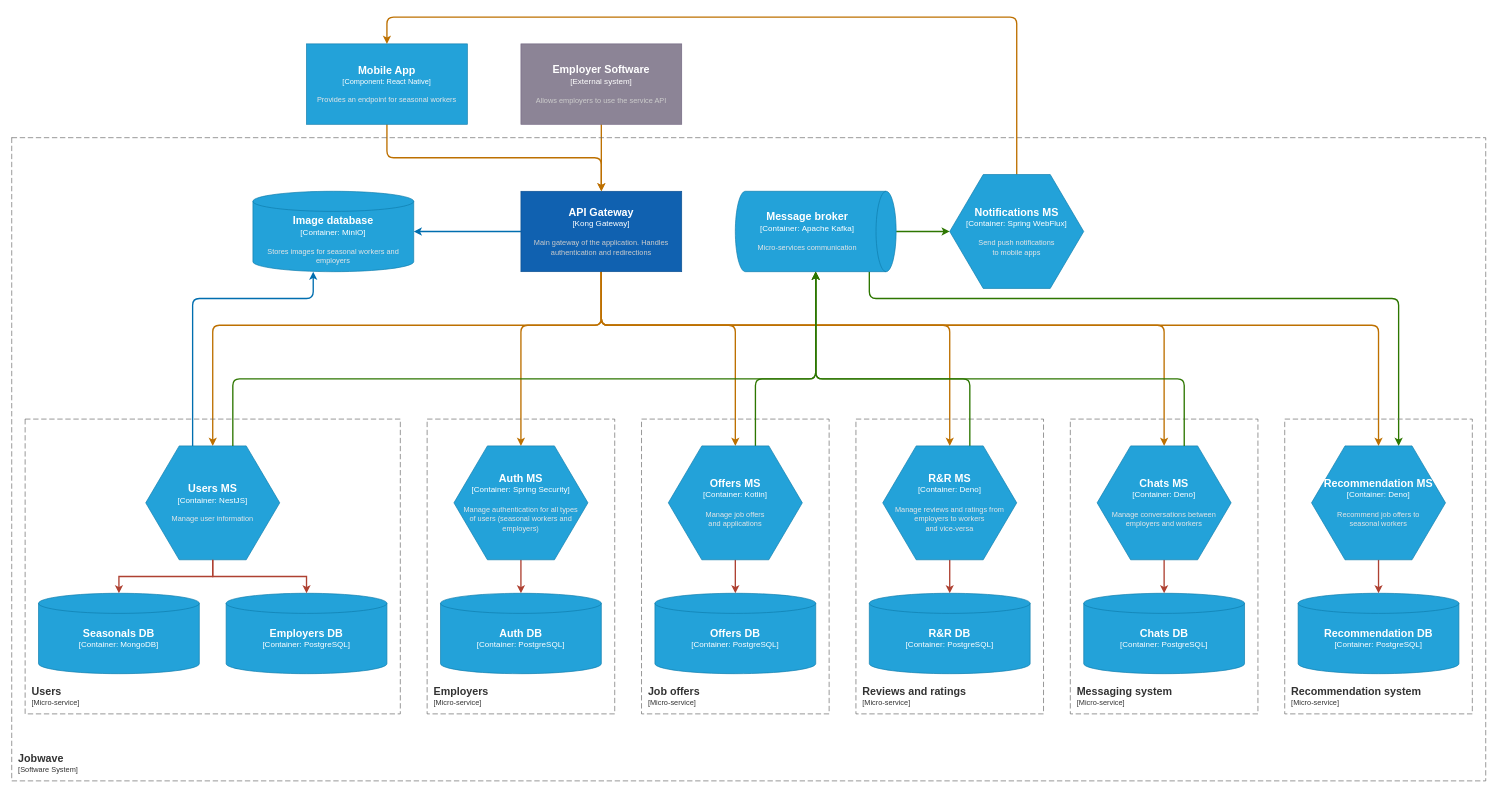
Earlier version of the draw.io diagram docs/architecture-diagram.drawio (BioTheWolff/Jobwave). Source tidied: cells renumbered, new cells numbered last; positions are measured from the earlier drawing's top-left corner, leaving out a move shared by most shapes. Both pictures are drawn from the tidied source at 67%, with x=0, y=0 at pixel (11, 17).
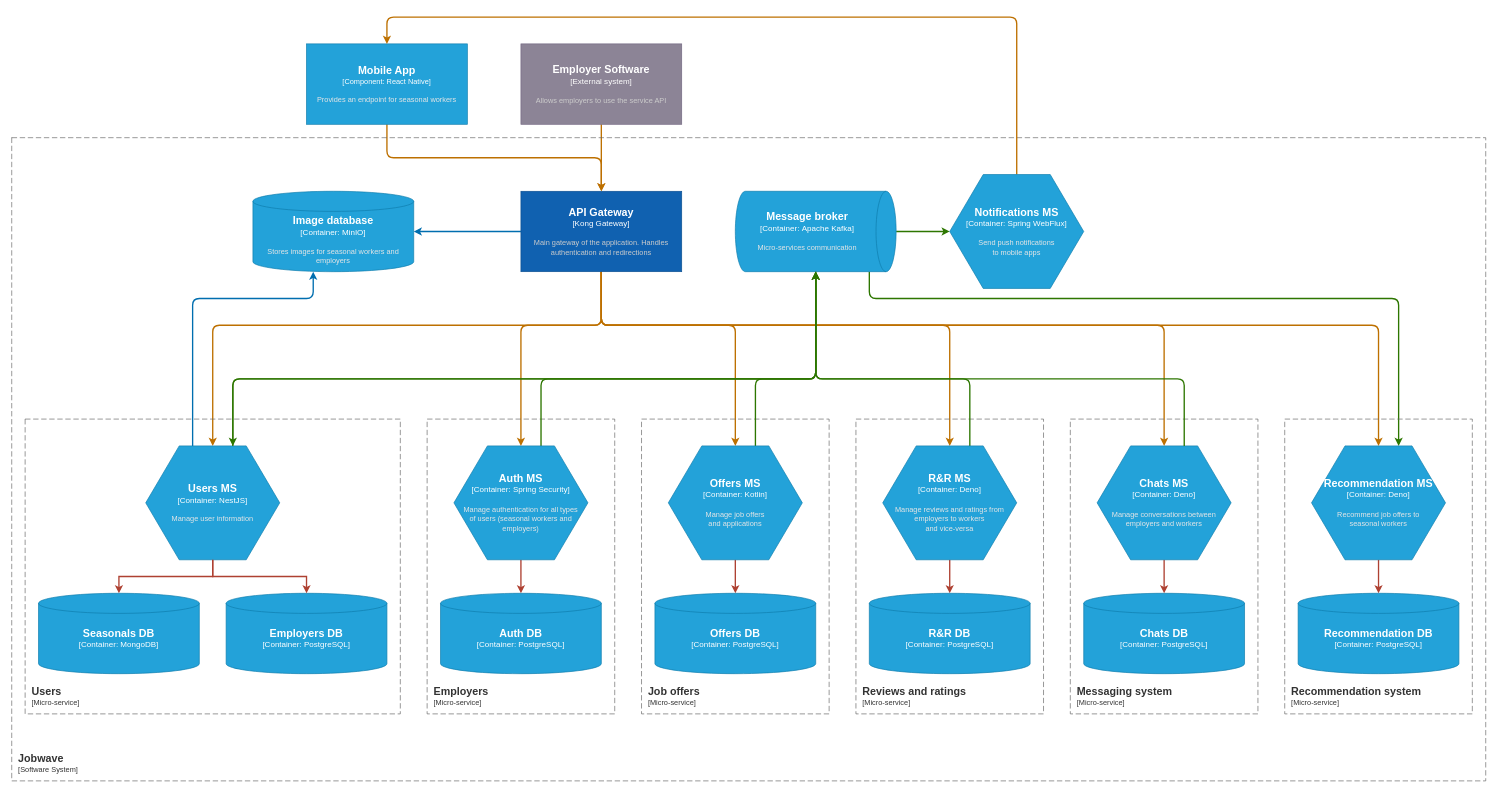
Above is the later version.

Commit message (it also covers changes not shown here):
refactor: reordering things around

Unchanged cells that the change refers to:
```xml
<object id="11" label="&lt;font style=&quot;font-size: 16px&quot;&gt;&lt;b&gt;%c4Type%&lt;/b&gt;&lt;/font&gt;&lt;div&gt;[%c4Container%:&amp;nbsp;%c4Technology%]&lt;/div&gt;&lt;br&gt;&lt;div&gt;&lt;font style=&quot;font-size: 11px&quot;&gt;&lt;font color=&quot;#E6E6E6&quot;&gt;%c4Description%&lt;/font&gt;&lt;/div&gt;" c4Container="Container" c4Description="Micro-services communication" c4Technology="Apache Kafka" c4Type="Message broker" placeholders="1">
  <mxCell style="shape=cylinder3;size=15;direction=south;whiteSpace=wrap;html=1;boundedLbl=1;rounded=0;labelBackgroundColor=none;fillColor=#23A2D9;fontSize=12;fontColor=#ffffff;align=center;strokeColor=#0E7DAD;points=[[0.5,0,0],[1,0.25,0],[1,0.5,0],[1,0.75,0],[0.5,1,0],[0,0.75,0],[0,0.5,0],[0,0.25,0]];" parent="1" vertex="1">
    <mxGeometry x="1080" y="260" width="240" height="120" as="geometry" />
  </mxCell>
</object>
<object id="22" label="&lt;font style=&quot;font-size: 16px&quot;&gt;&lt;b&gt;%c4Type%&lt;/b&gt;&lt;/font&gt;&lt;div&gt;[%c4Container%:&amp;nbsp;%c4Technology%]&lt;/div&gt;&lt;br&gt;&lt;div&gt;&lt;font style=&quot;font-size: 11px&quot;&gt;&lt;font color=&quot;#E6E6E6&quot;&gt;%c4Description%&lt;/font&gt;&lt;/div&gt;" c4Container="Container" c4Description="Manage user information" c4Technology="NestJS" c4Type="Users MS" placeholders="1">
  <mxCell style="shape=hexagon;size=50;perimeter=hexagonPerimeter2;whiteSpace=wrap;html=1;fixedSize=1;rounded=0;labelBackgroundColor=none;fillColor=#23A2D9;fontSize=12;fontColor=#ffffff;align=center;strokeColor=#0E7DAD;points=[[0.5,0,0],[1,0.25,0],[1,0.5,0],[1,0.75,0],[0.5,1,0],[0,0.75,0],[0,0.5,0],[0,0.25,0]];" parent="1" vertex="1">
    <mxGeometry x="200" y="640" width="200" height="170" as="geometry" />
  </mxCell>
</object>
<object id="47" label="&lt;font style=&quot;font-size: 16px&quot;&gt;&lt;b&gt;%c4Type%&lt;/b&gt;&lt;/font&gt;&lt;div&gt;[%c4Container%:&amp;nbsp;%c4Technology%]&lt;/div&gt;&lt;br&gt;&lt;div&gt;&lt;font style=&quot;font-size: 11px&quot;&gt;&lt;font color=&quot;#E6E6E6&quot;&gt;%c4Description%&lt;/font&gt;&lt;/div&gt;" c4Container="Container" c4Description="Manage authentication for all types&#10;of users (seasonal workers and employers)" c4Technology="Spring Security" c4Type="Auth MS" placeholders="1">
  <mxCell style="shape=hexagon;size=50;perimeter=hexagonPerimeter2;whiteSpace=wrap;html=1;fixedSize=1;rounded=0;labelBackgroundColor=none;fillColor=#23A2D9;fontSize=12;fontColor=#ffffff;align=center;strokeColor=#0E7DAD;points=[[0.5,0,0],[1,0.25,0],[1,0.5,0],[1,0.75,0],[0.5,1,0],[0,0.75,0],[0,0.5,0],[0,0.25,0]];" parent="1" vertex="1">
    <mxGeometry x="660" y="640" width="200" height="170" as="geometry" />
  </mxCell>
</object>
```

What changed in the source:
```diff
@@
+    <mxCell id="52" style="edgeStyle=orthogonalEdgeStyle;rounded=1;jettySize=auto;html=1;strokeWidth=2;fillColor=#60a917;strokeColor=#2D7600;" parent="1" edge="1" source="47" target="11">
+      <mxGeometry relative="1" as="geometry">
+        <Array as="points">
+          <mxPoint x="790" y="540" />
+          <mxPoint x="1200" y="540" />
+        </Array>
+      </mxGeometry>
+    </mxCell>
@@
+    <mxCell id="53" style="edgeStyle=orthogonalEdgeStyle;jettySize=auto;html=1;strokeWidth=2;fillColor=#60a917;strokeColor=#2D7600;" parent="1" edge="1" source="11" target="22">
+      <mxGeometry relative="1" as="geometry">
+        <Array as="points">
+          <mxPoint x="1200" y="540" />
+          <mxPoint x="330" y="540" />
+        </Array>
+      </mxGeometry>
+    </mxCell>
```
